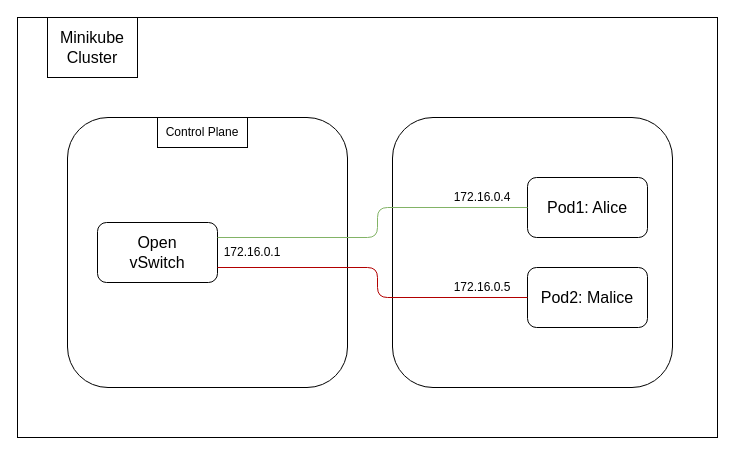
The draw.io diagram page "Blocked Traffic State" (3 of 3) of demos/demo1/demo1.drawio in parasecurity/principals, before the edit. Source tidied: cells renumbered, new cells numbered last; positions are measured from the earlier drawing's top-left corner, leaving out a move shared by most shapes. Both pictures are drawn from the tidied source at 100%, with x=0, y=0 at pixel (17, 17).
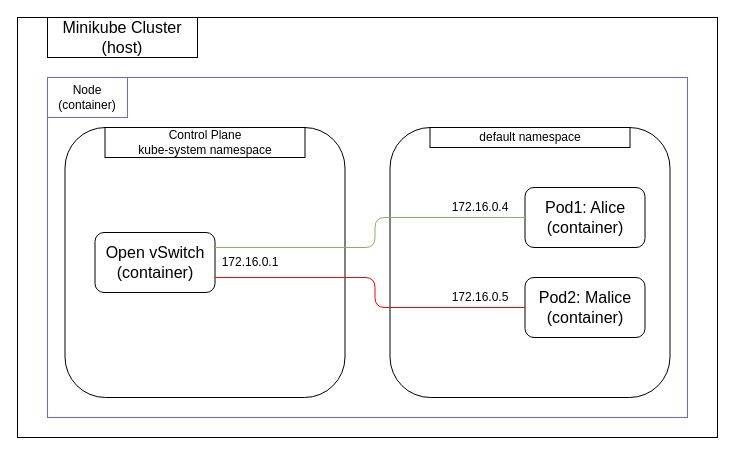
Above is the later version.

Change to the diagram source:
```diff
@@
-    <mxCell id="3" value="&lt;font style=&quot;font-size: 16px&quot;&gt;Minikube Cluster&lt;/font&gt;" style="rounded=0;whiteSpace=wrap;html=1;" parent="1" vertex="1">
-      <mxGeometry x="30" width="90" height="60" as="geometry" />
-    </mxCell>
-    <mxCell id="4" style="rounded=1;whiteSpace=wrap;html=1;" parent="1" vertex="1">
-      <mxGeometry x="50" y="100" width="280" height="270" as="geometry" />
-    </mxCell>
-    <mxCell id="5" value="Control Plane" style="rounded=0;whiteSpace=wrap;html=1;" parent="1" vertex="1">
-      <mxGeometry x="140" y="100" width="90" height="30" as="geometry" />
-    </mxCell>
-    <mxCell id="6" value="&lt;font style=&quot;font-size: 16px&quot;&gt;Open&lt;br&gt;vSwitch&lt;br&gt;&lt;/font&gt;" style="rounded=1;whiteSpace=wrap;html=1;" parent="1" vertex="1">
-      <mxGeometry x="80" y="205" width="120" height="60" as="geometry" />
-    </mxCell>
-    <mxCell id="7" style="rounded=1;whiteSpace=wrap;html=1;" parent="1" vertex="1">
-      <mxGeometry x="375" y="100" width="280" height="270" as="geometry" />
-    </mxCell>
-    <mxCell id="8" value="&lt;font style=&quot;font-size: 16px&quot;&gt;Pod1: Alice&lt;/font&gt;" style="rounded=1;whiteSpace=wrap;html=1;" parent="1" vertex="1">
-      <mxGeometry x="510" y="160" width="120" height="60" as="geometry" />
-    </mxCell>
-    <mxCell id="9" value="&lt;font style=&quot;font-size: 16px&quot;&gt;Pod2: Malice&lt;/font&gt;" style="rounded=1;whiteSpace=wrap;html=1;" parent="1" vertex="1">
-      <mxGeometry x="510" y="250" width="120" height="60" as="geometry" />
-    </mxCell>
-    <mxCell id="10" style="endArrow=none;html=1;exitX=1;exitY=0.25;exitDx=0;exitDy=0;entryX=0;entryY=0.5;entryDx=0;entryDy=0;fillColor=#d5e8d4;strokeColor=#82b366;" parent="1" edge="1" source="6" target="8">
-      <mxGeometry relative="1" as="geometry">
-        <Array as="points">
-          <mxPoint x="360" y="220" />
-          <mxPoint x="360" y="190" />
-        </Array>
-      </mxGeometry>
-    </mxCell>
-    <mxCell id="11" style="endArrow=none;html=1;exitX=1;exitY=0.75;exitDx=0;exitDy=0;entryX=0;entryY=0.5;entryDx=0;entryDy=0;fillColor=#e51400;strokeColor=#B20000;" parent="1" edge="1" source="6" target="9">
-      <mxGeometry relative="1" as="geometry">
-        <Array as="points">
-          <mxPoint x="360" y="250" />
-          <mxPoint x="360" y="280" />
-        </Array>
-      </mxGeometry>
-    </mxCell>
+    <mxCell id="15" value="&lt;font style=&quot;font-size: 16px&quot;&gt;Minikube Cluster&lt;br&gt;(host)&lt;br&gt;&lt;/font&gt;" style="rounded=0;whiteSpace=wrap;html=1;" parent="1" vertex="1">
+      <mxGeometry x="30" width="150" height="40" as="geometry" />
+    </mxCell>
+    <mxCell id="16" style="rounded=0;whiteSpace=wrap;html=1;strokeColor=#6666FF;" parent="1" vertex="1">
+      <mxGeometry x="30" y="60" width="640" height="340" as="geometry" />
+    </mxCell>
+    <mxCell id="17" value="Node&lt;br&gt;(container)" style="rounded=0;whiteSpace=wrap;html=1;strokeColor=#6666FF;" parent="1" vertex="1">
+      <mxGeometry x="30" y="60" width="80" height="40" as="geometry" />
+    </mxCell>
+    <mxCell id="18" style="group;" parent="1" vertex="1">
+      <mxGeometry x="47.5" y="110" width="605" height="270" as="geometry" />
+    </mxCell>
+    <mxCell id="19" style="rounded=1;whiteSpace=wrap;html=1;" parent="18" vertex="1">
+      <mxGeometry width="280" height="270" as="geometry" />
+    </mxCell>
+    <mxCell id="20" value="Control Plane&lt;br&gt;kube-system namespace" style="rounded=0;whiteSpace=wrap;html=1;" parent="18" vertex="1">
+      <mxGeometry x="40" width="200" height="30" as="geometry" />
+    </mxCell>
+    <mxCell id="21" value="&lt;font style=&quot;font-size: 16px&quot;&gt;Open vSwitch&lt;br&gt;(container)&lt;br&gt;&lt;/font&gt;" style="rounded=1;whiteSpace=wrap;html=1;" parent="18" vertex="1">
+      <mxGeometry x="30" y="105" width="120" height="60" as="geometry" />
+    </mxCell>
+    <mxCell id="22" style="rounded=1;whiteSpace=wrap;html=1;" parent="18" vertex="1">
+      <mxGeometry x="325" width="280" height="270" as="geometry" />
+    </mxCell>
+    <mxCell id="23" value="&lt;font style=&quot;font-size: 16px&quot;&gt;Pod1: Alice&lt;br&gt;(container)&lt;br&gt;&lt;/font&gt;" style="rounded=1;whiteSpace=wrap;html=1;" parent="18" vertex="1">
+      <mxGeometry x="460" y="60" width="120" height="60" as="geometry" />
+    </mxCell>
+    <mxCell id="24" value="&lt;font style=&quot;font-size: 16px&quot;&gt;Pod2: Malice&lt;br&gt;(container)&lt;br&gt;&lt;/font&gt;" style="rounded=1;whiteSpace=wrap;html=1;" parent="18" vertex="1">
+      <mxGeometry x="460" y="150" width="120" height="60" as="geometry" />
+    </mxCell>
+    <mxCell id="25" style="endArrow=none;html=1;exitX=1;exitY=0.25;exitDx=0;exitDy=0;entryX=0;entryY=0.5;entryDx=0;entryDy=0;fillColor=#d5e8d4;strokeColor=#82b366;" parent="18" edge="1" source="21" target="23">
+      <mxGeometry relative="1" as="geometry">
+        <Array as="points">
+          <mxPoint x="310" y="120" />
+          <mxPoint x="310" y="90" />
+        </Array>
+      </mxGeometry>
+    </mxCell>
+    <mxCell id="26" style="endArrow=none;html=1;exitX=1;exitY=0.75;exitDx=0;exitDy=0;entryX=0;entryY=0.5;entryDx=0;entryDy=0;fillColor=#d5e8d4;strokeColor=#FF0000;" parent="18" edge="1" source="21" target="24">
+      <mxGeometry relative="1" as="geometry">
+        <Array as="points">
+          <mxPoint x="310" y="150" />
+          <mxPoint x="310" y="180" />
+        </Array>
+      </mxGeometry>
+    </mxCell>
-    <mxCell id="12" value="172.16.0.4" style="text;html=1;strokeColor=none;fillColor=none;align=center;verticalAlign=middle;whiteSpace=wrap;rounded=0;" parent="1" vertex="1">
-      <mxGeometry x="430" y="170" width="70" height="20" as="geometry" />
+    <mxCell id="12" value="172.16.0.4" style="text;html=1;strokeColor=none;fillColor=none;align=center;verticalAlign=middle;whiteSpace=wrap;rounded=0;" parent="18" vertex="1">
+      <mxGeometry x="380" y="70" width="70" height="20" as="geometry" />
     </mxCell>
-    <mxCell id="13" value="172.16.0.5" style="text;html=1;strokeColor=none;fillColor=none;align=center;verticalAlign=middle;whiteSpace=wrap;rounded=0;" parent="1" vertex="1">
-      <mxGeometry x="430" y="260" width="70" height="20" as="geometry" />
+    <mxCell id="13" value="172.16.0.5" style="text;html=1;strokeColor=none;fillColor=none;align=center;verticalAlign=middle;whiteSpace=wrap;rounded=0;" parent="18" vertex="1">
+      <mxGeometry x="380" y="160" width="70" height="20" as="geometry" />
     </mxCell>
-    <mxCell id="14" value="172.16.0.1" style="text;html=1;strokeColor=none;fillColor=none;align=center;verticalAlign=middle;whiteSpace=wrap;rounded=0;" parent="1" vertex="1">
-      <mxGeometry x="200" y="225" width="70" height="20" as="geometry" />
+    <mxCell id="14" value="172.16.0.1" style="text;html=1;strokeColor=none;fillColor=none;align=center;verticalAlign=middle;whiteSpace=wrap;rounded=0;" parent="18" vertex="1">
+      <mxGeometry x="150" y="125" width="70" height="20" as="geometry" />
     </mxCell>
+    <mxCell id="27" value="default namespace" style="rounded=0;whiteSpace=wrap;html=1;" parent="18" vertex="1">
+      <mxGeometry x="365" width="200" height="20" as="geometry" />
+    </mxCell>
```
